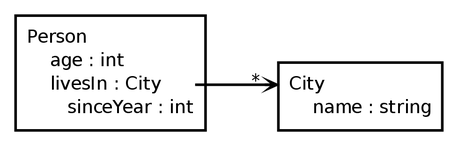
Earlier version of the Graphviz export question.9251556.problems-with-designing-uml-like-diagrams-in-graphviz/uml-like-graph-using-record-shapes.dot.png (potherca-blog/StackOverflow). Its source is kept beside it as question.9251556.problems-with-designing-uml-like-diagrams-in-graphviz/uml-like-graph-using-record-shapes.dot.
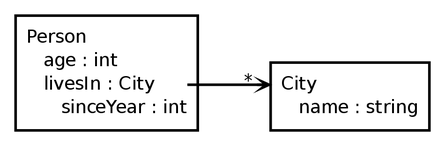
The same file after the commit.

Commit message:
Minor improvement for question.9251556.problems-with-designing-uml-like-diagrams-in-graphviz

What changed in the source:
```diff
@@ -5,7 +5,7 @@
         dpi = 200
         penwidth = 2        // Make the cluster's borders a bit thicker
         rankdir = "LR"
-        ranksep = 1        // Add a bit more space inbetween nodes
+        ranksep = 1         // Add a bit more space inbetween nodes
     ]
 
     node [
@@ -23,16 +23,16 @@
         penwidth = 2        // Make the line a bit thicker
     ]
 
-    /* @NOTE: escaping spaces in the label using '\' doesn't seem to work so using '&nbsp' instead. */
+    /* @NOTE: escaping spaces in the label using '\' doesn't work so use '&#92;' or '&nbsp' instead. */
     subgraph cluster_Person {
         Person [
-            label = "\N\l | &#92; &#92; &#92;  age : int\l | <livesIn> &#92; &#92; &#92;  livesIn : City\l | &#92; &#92; &#92; &#92; &#92; &#92;  sinceYear : int\l"
+            label = "\N\l | &nbsp;&nbsp;&nbsp; age : int\l | <livesIn> &nbsp;&nbsp;&nbsp; livesIn : City\l | &nbsp;&nbsp;&nbsp;&nbsp;&nbsp;&nbsp; sinceYear : int\l"
         ]
     }
 
     subgraph cluster_City {
         City [
-            label = "<city> \N\l | &#92; &#92; &#92;  name : string\l"
+            label = "<city> \N\l | &nbsp;&nbsp;&nbsp; name : string\l"
         ]
     }
 
```
